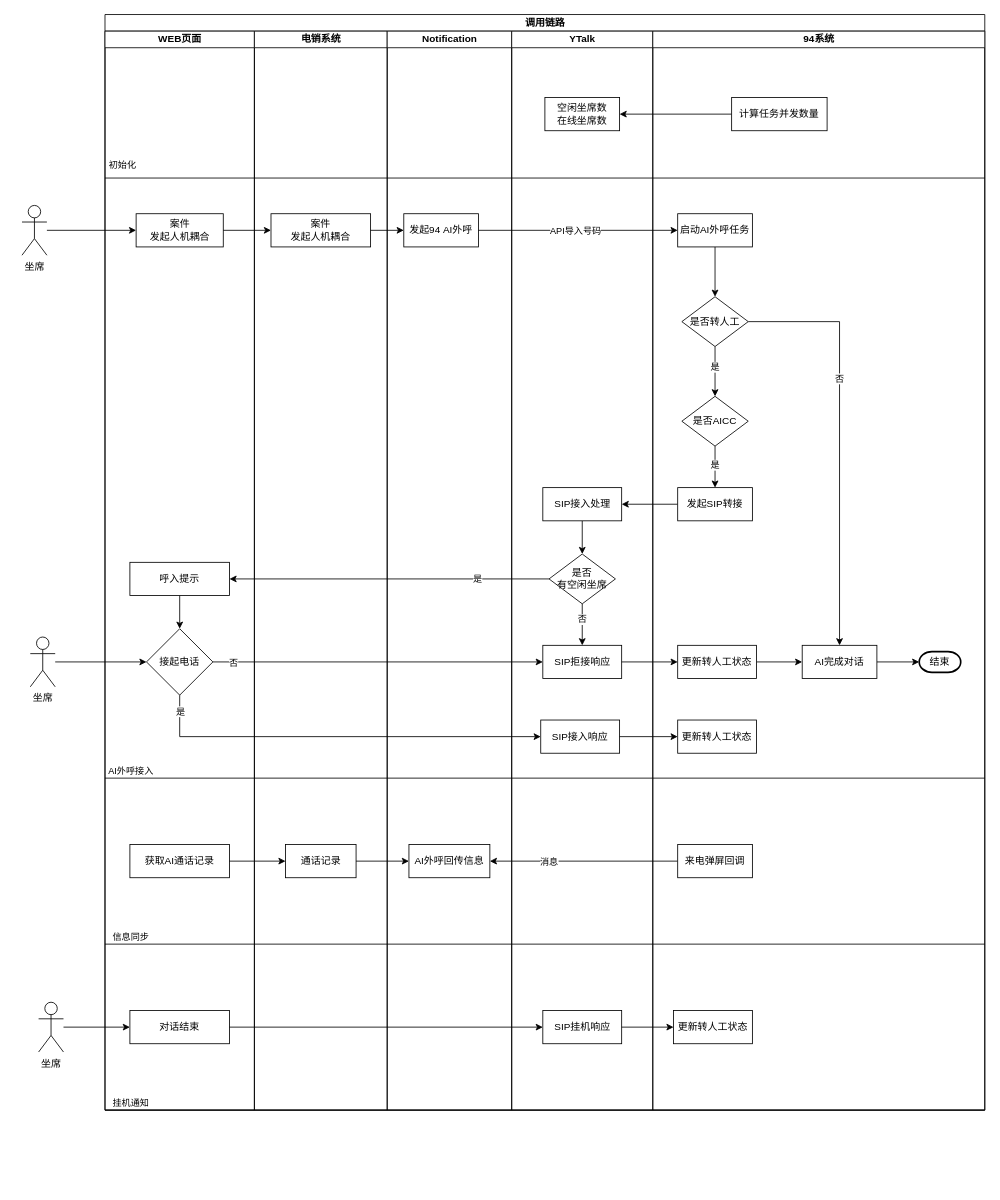
This is page "调用链路" (2 of 2) of 人机耦合设计.drawio from ABIN-DS/flowchart, a draw.io file, before an edit. Source tidied: cells renumbered, new cells numbered last; positions are measured from the earlier drawing's top-left corner, leaving out a move shared by most shapes. Both pictures are drawn from the tidied source at 83%, with x=0, y=0 at pixel (22, 14).
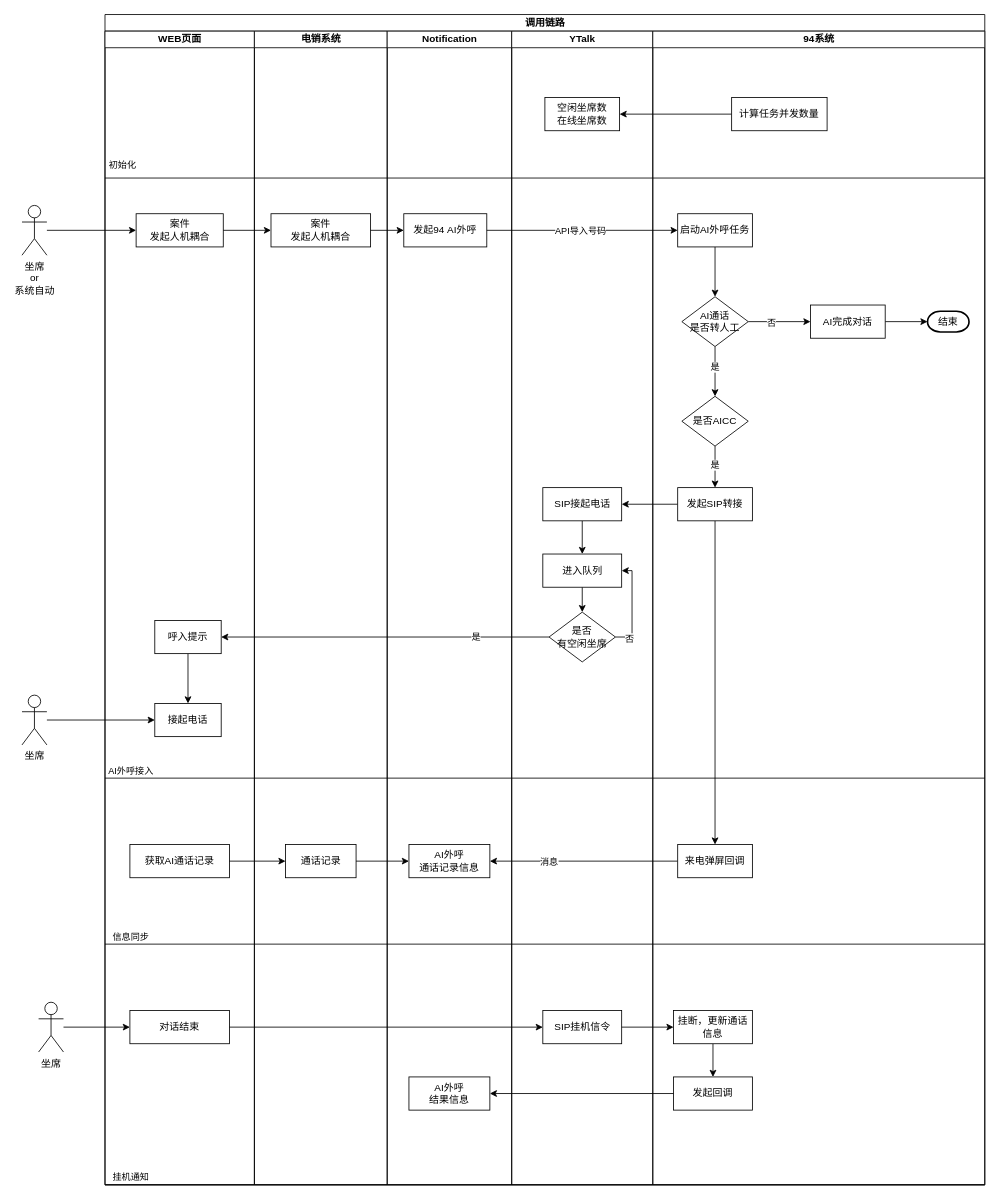
The same page after the edit.

Commit message (it also covers changes not shown here):
更新人机耦合设计.drawio

The change refers to these unchanged cells:
```xml
<mxCell id="64" value="来电弹屏回调" style="rounded=0;whiteSpace=wrap;html=1;" parent="51" vertex="1">
  <mxGeometry x="30" y="980" width="90" height="40" as="geometry" />
</mxCell>
<mxCell id="67" value="发起SIP转接" style="rounded=0;whiteSpace=wrap;html=1;" parent="51" vertex="1">
  <mxGeometry x="30" y="550" width="90" height="40" as="geometry" />
</mxCell>
```

Diff of the diagram source:
```diff
@@
     <mxCell id="2" value="调用链路" style="swimlane;startSize=20;html=1;" parent="1" vertex="1">
-      <mxGeometry x="100" width="1060" height="1320" as="geometry" />
+      <mxGeometry x="100" width="1060" height="1410" as="geometry" />
     </mxCell>
     <mxCell id="3" value="WEB页面" style="swimlane;startSize=20;html=1;fontSize=12;" parent="2" vertex="1">
-      <mxGeometry y="20" width="180" height="1300" as="geometry" />
+      <mxGeometry y="20" width="180" height="1390" as="geometry" />
     </mxCell>
@@
-    <mxCell id="5" style="edgeStyle=orthogonalEdgeStyle;rounded=0;jettySize=auto;html=1;" parent="3" edge="1" source="6" target="7">
+    <mxCell id="5" style="edgeStyle=orthogonalEdgeStyle;rounded=0;jettySize=auto;html=1;entryX=0.5;entryY=0;entryDx=0;entryDy=0;" parent="3" edge="1" source="6" target="7">
       <mxGeometry relative="1" as="geometry" />
     </mxCell>
     <mxCell id="6" value="呼入提示" style="rounded=0;whiteSpace=wrap;html=1;" parent="3" vertex="1">
-      <mxGeometry x="30" y="640" width="120" height="40" as="geometry" />
+      <mxGeometry x="60" y="710" width="80" height="40" as="geometry" />
     </mxCell>
-    <mxCell id="7" value="接起电话" style="rhombus;whiteSpace=wrap;html=1;rounded=0;" parent="3" vertex="1">
-      <mxGeometry x="50" y="720" width="80" height="80" as="geometry" />
-    </mxCell>
@@
-    <mxCell id="14" style="endArrow=none;html=1;rounded=0;" parent="3" edge="1">
-      <mxGeometry relative="1" as="geometry">
-        <mxPoint y="1300" as="sourcePoint" />
-        <mxPoint x="1060" y="1300" as="targetPoint" />
-      </mxGeometry>
-    </mxCell>
-    <mxCell id="15" value="挂机通知" style="edgeLabel;html=1;align=center;verticalAlign=middle;" parent="14" vertex="1">
-      <mxGeometry x="-0.96" relative="1" as="geometry">
-        <mxPoint x="9" y="-10" as="offset" />
-      </mxGeometry>
-    </mxCell>
+    <mxCell id="7" value="接起电话" style="rounded=0;whiteSpace=wrap;html=1;" parent="3" vertex="1">
+      <mxGeometry x="60" y="810" width="80" height="40" as="geometry" />
+    </mxCell>
     <mxCell id="16" value="电销系统" style="swimlane;startSize=20;html=1;fontSize=12;" parent="2" vertex="1">
-      <mxGeometry x="180" y="20" width="160" height="1300" as="geometry" />
+      <mxGeometry x="180" y="20" width="160" height="1390" as="geometry" />
     </mxCell>
@@
     <mxCell id="19" value="Notification" style="swimlane;startSize=20;html=1;fontSize=12;" parent="2" vertex="1">
-      <mxGeometry x="340" y="20" width="150" height="1300" as="geometry" />
+      <mxGeometry x="340" y="20" width="150" height="1390" as="geometry" />
     </mxCell>
     <mxCell id="20" value="发起94 AI外呼" style="rounded=0;whiteSpace=wrap;html=1;" parent="19" vertex="1">
-      <mxGeometry x="20" y="220" width="90" height="40" as="geometry" />
+      <mxGeometry x="20" y="220" width="100" height="40" as="geometry" />
     </mxCell>
@@
-    <mxCell id="23" value="AI外呼回传信息" style="rounded=0;whiteSpace=wrap;html=1;" parent="19" vertex="1">
+    <mxCell id="23" value="AI外呼&lt;br&gt;通话记录信息" style="rounded=0;whiteSpace=wrap;html=1;" parent="19" vertex="1">
       <mxGeometry x="26.2" y="980" width="97.5" height="40" as="geometry" />
     </mxCell>
+    <mxCell id="81" value="AI外呼&lt;br&gt;结果信息" style="rounded=0;whiteSpace=wrap;html=1;" parent="19" vertex="1">
+      <mxGeometry x="26.2" y="1260" width="97.5" height="40" as="geometry" />
+    </mxCell>
+    <mxCell id="40" style="edgeStyle=orthogonalEdgeStyle;rounded=0;jettySize=auto;html=1;entryX=1;entryY=0.5;entryDx=0;entryDy=0;" parent="2" edge="1" source="28" target="6">
+      <mxGeometry relative="1" as="geometry" />
+    </mxCell>
+    <mxCell id="41" value="是" style="edgeLabel;html=1;align=center;verticalAlign=middle;" parent="40" vertex="1">
+      <mxGeometry x="-0.55" y="-1" relative="1" as="geometry" />
+    </mxCell>
     <mxCell id="24" value="YTalk" style="swimlane;startSize=20;html=1;fontSize=12;" parent="2" vertex="1">
-      <mxGeometry x="490" y="20" width="170" height="1300" as="geometry" />
+      <mxGeometry x="490" y="20" width="170" height="1390" as="geometry" />
     </mxCell>
-    <mxCell id="25" style="edgeStyle=orthogonalEdgeStyle;rounded=0;jettySize=auto;html=1;" parent="24" edge="1" source="26" target="28">
-      <mxGeometry relative="1" as="geometry" />
-    </mxCell>
+    <mxCell id="82" style="edgeStyle=none;rounded=0;jettySize=auto;html=1;" parent="24" edge="1" source="26" target="86">
+      <mxGeometry relative="1" as="geometry" />
+    </mxCell>
-    <mxCell id="26" value="SIP接入处理" style="rounded=0;whiteSpace=wrap;html=1;" parent="24" vertex="1">
+    <mxCell id="26" value="SIP接起电话" style="rounded=0;whiteSpace=wrap;html=1;" parent="24" vertex="1">
       <mxGeometry x="37.5" y="550" width="95" height="40" as="geometry" />
     </mxCell>
@@
+    <mxCell id="83" style="edgeStyle=orthogonalEdgeStyle;rounded=0;jettySize=auto;html=1;entryX=1;entryY=0.5;entryDx=0;entryDy=0;exitX=1;exitY=0.5;exitDx=0;exitDy=0;" parent="24" edge="1" source="28" target="86">
+      <mxGeometry relative="1" as="geometry" />
+    </mxCell>
+    <mxCell id="84" value="否" style="edgeLabel;html=1;align=center;verticalAlign=middle;" parent="83" vertex="1">
+      <mxGeometry x="-0.72" y="-1" relative="1" as="geometry" />
+    </mxCell>
     <mxCell id="28" value="是否&lt;br&gt;有空闲坐席" style="rhombus;whiteSpace=wrap;html=1;rounded=0;" parent="24" vertex="1">
-      <mxGeometry x="45" y="630" width="80" height="60" as="geometry" />
+      <mxGeometry x="45" y="700" width="80" height="60" as="geometry" />
     </mxCell>
-    <mxCell id="29" value="SIP接入响应" style="rounded=0;whiteSpace=wrap;html=1;" parent="24" vertex="1">
-      <mxGeometry x="35" y="830" width="95" height="40" as="geometry" />
-    </mxCell>
-    <mxCell id="30" value="SIP挂机响应" style="rounded=0;whiteSpace=wrap;html=1;" parent="24" vertex="1">
+    <mxCell id="30" value="SIP挂机信令" style="rounded=0;whiteSpace=wrap;html=1;" parent="24" vertex="1">
       <mxGeometry x="37.5" y="1180" width="95" height="40" as="geometry" />
     </mxCell>
-    <mxCell id="31" value="SIP拒接响应" style="rounded=0;whiteSpace=wrap;html=1;" parent="24" vertex="1">
-      <mxGeometry x="37.5" y="740" width="95" height="40" as="geometry" />
-    </mxCell>
-    <mxCell id="32" style="edgeStyle=orthogonalEdgeStyle;rounded=0;jettySize=auto;html=1;entryX=0.5;entryY=0;entryDx=0;entryDy=0;" parent="24" edge="1" source="28" target="31">
-      <mxGeometry relative="1" as="geometry" />
-    </mxCell>
-    <mxCell id="33" value="否" style="edgeLabel;html=1;align=center;verticalAlign=middle;" parent="32" vertex="1">
-      <mxGeometry x="-0.29" y="-1" relative="1" as="geometry" />
-    </mxCell>
+    <mxCell id="85" style="edgeStyle=none;rounded=0;jettySize=auto;html=1;" parent="24" edge="1" source="86" target="28">
+      <mxGeometry relative="1" as="geometry" />
+    </mxCell>
+    <mxCell id="86" value="进入队列" style="rounded=0;whiteSpace=wrap;html=1;" parent="24" vertex="1">
+      <mxGeometry x="37.5" y="630" width="95" height="40" as="geometry" />
+    </mxCell>
@@
-    <mxCell id="40" style="edgeStyle=orthogonalEdgeStyle;rounded=0;jettySize=auto;html=1;entryX=1;entryY=0.5;entryDx=0;entryDy=0;" parent="2" edge="1" source="28" target="6">
-      <mxGeometry relative="1" as="geometry" />
-    </mxCell>
-    <mxCell id="41" value="是" style="edgeLabel;html=1;align=center;verticalAlign=middle;" parent="40" vertex="1">
-      <mxGeometry x="-0.55" y="-1" relative="1" as="geometry" />
-    </mxCell>
@@
-    <mxCell id="44" style="edgeStyle=orthogonalEdgeStyle;rounded=0;jettySize=auto;html=1;entryX=0;entryY=0.5;entryDx=0;entryDy=0;" parent="2" edge="1" source="7" target="31">
-      <mxGeometry relative="1" as="geometry" />
-    </mxCell>
-    <mxCell id="45" value="否" style="edgeLabel;html=1;align=center;verticalAlign=middle;" parent="44" vertex="1">
-      <mxGeometry x="-0.88" relative="1" as="geometry" />
-    </mxCell>
-    <mxCell id="46" style="edgeStyle=orthogonalEdgeStyle;rounded=0;jettySize=auto;html=1;entryX=0;entryY=0.5;entryDx=0;entryDy=0;exitX=0.5;exitY=1;exitDx=0;exitDy=0;" parent="2" edge="1" source="7" target="29">
-      <mxGeometry relative="1" as="geometry" />
-    </mxCell>
-    <mxCell id="47" value="是" style="edgeLabel;html=1;align=center;verticalAlign=middle;" parent="46" vertex="1">
-      <mxGeometry x="-0.92" relative="1" as="geometry" />
-    </mxCell>
@@
-    <mxCell id="50" style="edgeStyle=orthogonalEdgeStyle;rounded=0;jettySize=auto;html=1;" parent="2" edge="1" source="29" target="68">
-      <mxGeometry relative="1" as="geometry" />
-    </mxCell>
     <mxCell id="51" value="94系统" style="swimlane;startSize=20;html=1;fontSize=12;" parent="2" vertex="1">
-      <mxGeometry x="660" y="20" width="400" height="1300" as="geometry" />
+      <mxGeometry x="660" y="20" width="400" height="1390" as="geometry" />
     </mxCell>
@@
-    <mxCell id="54" style="edgeStyle=orthogonalEdgeStyle;rounded=0;jettySize=auto;html=1;entryX=0.5;entryY=0;entryDx=0;entryDy=0;" parent="51" edge="1" source="58" target="63">
+    <mxCell id="54" style="edgeStyle=orthogonalEdgeStyle;rounded=0;jettySize=auto;html=1;entryX=0;entryY=0.5;entryDx=0;entryDy=0;" parent="51" edge="1" source="58" target="63">
       <mxGeometry relative="1" as="geometry" />
     </mxCell>
@@
-    <mxCell id="58" value="是否转人工" style="rhombus;whiteSpace=wrap;html=1;rounded=0;" parent="51" vertex="1">
+    <mxCell id="58" value="AI通话&lt;br&gt;是否转人工" style="rhombus;whiteSpace=wrap;html=1;rounded=0;" parent="51" vertex="1">
       <mxGeometry x="35" y="320" width="80" height="60" as="geometry" />
     </mxCell>
     <mxCell id="59" value="结束" style="strokeWidth=2;html=1;shape=mxgraph.flowchart.terminator;whiteSpace=wrap;" parent="51" vertex="1">
-      <mxGeometry x="321" y="747.5" width="50" height="25" as="geometry" />
+      <mxGeometry x="331" y="337.5" width="50" height="25" as="geometry" />
     </mxCell>
@@
     <mxCell id="63" value="AI完成对话" style="rounded=0;whiteSpace=wrap;html=1;" parent="51" vertex="1">
-      <mxGeometry x="180" y="740" width="90" height="40" as="geometry" />
+      <mxGeometry x="190" y="330" width="90" height="40" as="geometry" />
     </mxCell>
@@
+    <mxCell id="87" style="edgeStyle=orthogonalEdgeStyle;rounded=0;jettySize=auto;html=1;entryX=0.5;entryY=0;entryDx=0;entryDy=0;" parent="51" edge="1" source="67" target="64">
+      <mxGeometry relative="1" as="geometry" />
+    </mxCell>
@@
-    <mxCell id="68" value="更新转人工状态" style="rounded=0;whiteSpace=wrap;html=1;" parent="51" vertex="1">
-      <mxGeometry x="30" y="830" width="95" height="40" as="geometry" />
-    </mxCell>
+    <mxCell id="88" style="edgeStyle=none;rounded=0;jettySize=auto;html=1;entryX=0.5;entryY=0;entryDx=0;entryDy=0;" parent="51" edge="1" source="69" target="89">
+      <mxGeometry relative="1" as="geometry" />
+    </mxCell>
-    <mxCell id="69" value="更新转人工状态" style="rounded=0;whiteSpace=wrap;html=1;" parent="51" vertex="1">
+    <mxCell id="69" value="挂断，更新通话信息" style="rounded=0;whiteSpace=wrap;html=1;" parent="51" vertex="1">
       <mxGeometry x="25" y="1180" width="95" height="40" as="geometry" />
     </mxCell>
-    <mxCell id="70" style="edgeStyle=orthogonalEdgeStyle;rounded=0;jettySize=auto;html=1;entryX=0;entryY=0.5;entryDx=0;entryDy=0;" parent="51" edge="1" source="71" target="63">
-      <mxGeometry relative="1" as="geometry" />
-    </mxCell>
-    <mxCell id="71" value="更新转人工状态" style="rounded=0;whiteSpace=wrap;html=1;" parent="51" vertex="1">
-      <mxGeometry x="30" y="740" width="95" height="40" as="geometry" />
-    </mxCell>
-    <mxCell id="72" style="edgeStyle=orthogonalEdgeStyle;rounded=0;jettySize=auto;html=1;entryX=0;entryY=0.5;entryDx=0;entryDy=0;" parent="2" edge="1" source="31" target="71">
-      <mxGeometry relative="1" as="geometry" />
-    </mxCell>
+    <mxCell id="89" value="发起回调" style="rounded=0;whiteSpace=wrap;html=1;" parent="51" vertex="1">
+      <mxGeometry x="25" y="1260" width="95" height="40" as="geometry" />
+    </mxCell>
@@
+    <mxCell id="90" style="edgeStyle=orthogonalEdgeStyle;rounded=0;jettySize=auto;html=1;" parent="2" edge="1" source="89" target="81">
+      <mxGeometry relative="1" as="geometry" />
+    </mxCell>
@@
-    <mxCell id="76" value="坐席" style="shape=umlActor;verticalLabelPosition=bottom;verticalAlign=top;html=1;outlineConnect=0;" parent="1" vertex="1">
+    <mxCell id="76" value="坐席&lt;br&gt;or&lt;br&gt;系统自动" style="shape=umlActor;verticalLabelPosition=bottom;verticalAlign=top;html=1;outlineConnect=0;" parent="1" vertex="1">
       <mxGeometry y="230" width="30" height="60" as="geometry" />
     </mxCell>
@@
     <mxCell id="78" value="坐席" style="shape=umlActor;verticalLabelPosition=bottom;verticalAlign=top;html=1;outlineConnect=0;" parent="1" vertex="1">
-      <mxGeometry x="10" y="750" width="30" height="60" as="geometry" />
+      <mxGeometry y="820" width="30" height="60" as="geometry" />
     </mxCell>
@@
+    <mxCell id="14" style="endArrow=none;html=1;rounded=0;" parent="1" edge="1">
+      <mxGeometry relative="1" as="geometry">
+        <mxPoint x="100" y="1410" as="sourcePoint" />
+        <mxPoint x="1160" y="1410" as="targetPoint" />
+      </mxGeometry>
+    </mxCell>
+    <mxCell id="15" value="挂机通知" style="edgeLabel;html=1;align=center;verticalAlign=middle;" parent="14" vertex="1">
+      <mxGeometry x="-0.96" relative="1" as="geometry">
+        <mxPoint x="9" y="-10" as="offset" />
+      </mxGeometry>
+    </mxCell>
```
